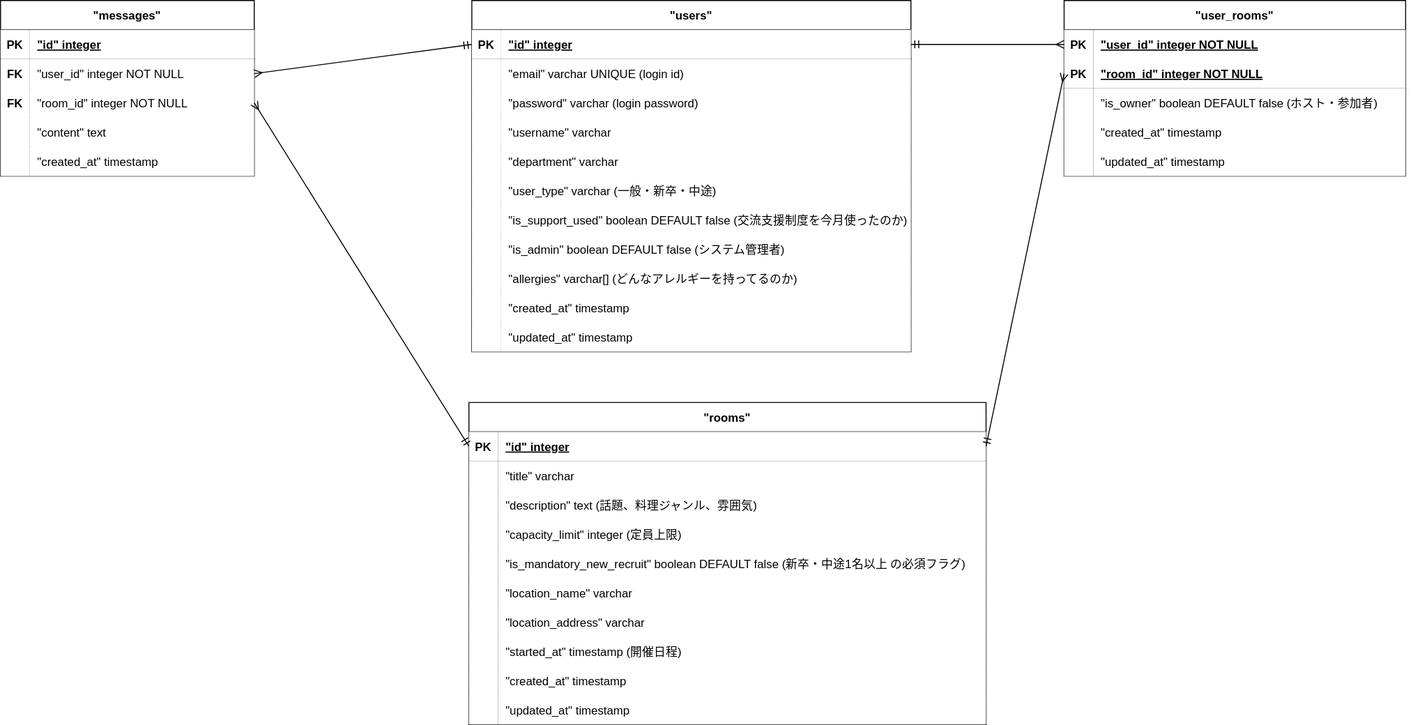
Chiaki-Sakamoto-work/Exchange-support-system keeps this draw.io diagram as architecture/er_diagram.drawio.svg. Above is the earlier version. Source tidied: cells renumbered, new cells last; positions are measured from the earlier drawing's top-left corner, leaving out a move shared by most shapes.
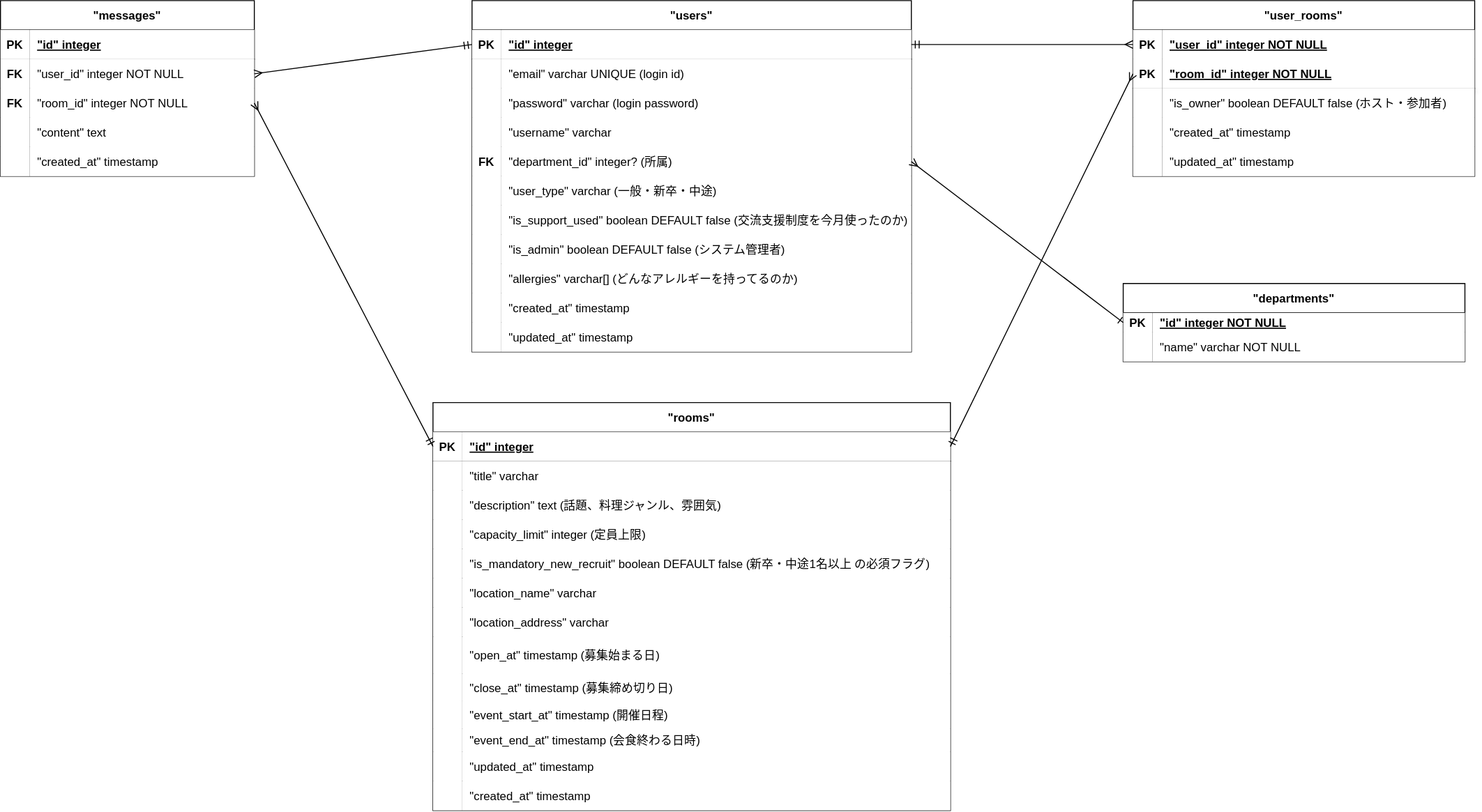
The same diagram one commit later.

Commit message:
docs: add columns(event_start_at, event_end_at, open_at, close_at) to er diagram of rooms and divide tables to users and departments

Change to the diagram source:
```diff
@@ -3,7 +3,7 @@
     <mxCell id="0" />
     <mxCell id="1" parent="0" />
     <mxCell id="2" value="&quot;rooms&quot;" style="shape=table;startSize=30;rowLines=0;fontStyle=1;align=center;" parent="1" vertex="1">
-      <mxGeometry x="480" y="412" width="530" height="330" as="geometry" />
+      <mxGeometry x="443" y="412" width="530" height="418" as="geometry" />
     </mxCell>
     <mxCell id="3" style="shape=tableRow;horizontal=0;startSize=0;swimlaneHead=0;swimlaneBody=0;fillColor=none;points=[[0,0.5],[1,0.5]];portConstraint=eastwest;strokeColor=inherit;top=0;left=0;right=0;bottom=1;" parent="2" vertex="1">
       <mxGeometry y="30" width="530" height="30" as="geometry" />
@@ -69,32 +69,59 @@
       <mxGeometry x="30" width="500" height="30" as="geometry" />
     </mxCell>
     <mxCell id="24" style="shape=tableRow;horizontal=0;startSize=0;swimlaneHead=0;swimlaneBody=0;fillColor=none;strokeColor=inherit;top=0;left=0;right=0;bottom=0;" parent="2" vertex="1">
-      <mxGeometry y="240" width="530" height="30" as="geometry" />
+      <mxGeometry y="240" width="530" height="38" as="geometry" />
     </mxCell>
     <mxCell id="25" style="shape=partialRectangle;overflow=hidden;fillColor=default;strokeColor=inherit;top=0;left=0;bottom=0;right=0;" parent="24" vertex="1">
-      <mxGeometry width="30" height="30" as="geometry" />
+      <mxGeometry width="30" height="38" as="geometry" />
     </mxCell>
-    <mxCell id="26" value="&quot;started_at&quot; timestamp (開催日程)" style="shape=partialRectangle;overflow=hidden;fillColor=default;align=left;strokeColor=inherit;top=0;left=0;bottom=0;right=0;spacingLeft=6;" parent="24" vertex="1">
-      <mxGeometry x="30" width="500" height="30" as="geometry" />
+    <mxCell id="26" value="&quot;open_at&quot; timestamp (募集始まる日)" style="shape=partialRectangle;overflow=hidden;fillColor=default;align=left;strokeColor=inherit;top=0;left=0;bottom=0;right=0;spacingLeft=6;" parent="24" vertex="1">
+      <mxGeometry x="30" width="500" height="38" as="geometry" />
     </mxCell>
     <mxCell id="27" style="shape=tableRow;horizontal=0;startSize=0;swimlaneHead=0;swimlaneBody=0;fillColor=none;strokeColor=inherit;top=0;left=0;right=0;bottom=0;" parent="2" vertex="1">
-      <mxGeometry y="270" width="530" height="30" as="geometry" />
+      <mxGeometry y="278" width="530" height="28" as="geometry" />
     </mxCell>
     <mxCell id="28" style="shape=partialRectangle;overflow=hidden;fillColor=default;strokeColor=inherit;top=0;left=0;bottom=0;right=0;" parent="27" vertex="1">
-      <mxGeometry width="30" height="30" as="geometry" />
+      <mxGeometry width="30" height="28" as="geometry" />
     </mxCell>
-    <mxCell id="29" value="&quot;created_at&quot; timestamp" style="shape=partialRectangle;overflow=hidden;fillColor=default;align=left;strokeColor=inherit;top=0;left=0;bottom=0;right=0;spacingLeft=6;" parent="27" vertex="1">
-      <mxGeometry x="30" width="500" height="30" as="geometry" />
+    <mxCell id="29" value="&quot;close_at&quot; timestamp (募集締め切り日)" style="shape=partialRectangle;overflow=hidden;fillColor=default;align=left;strokeColor=inherit;top=0;left=0;bottom=0;right=0;spacingLeft=6;" parent="27" vertex="1">
+      <mxGeometry x="30" width="500" height="28" as="geometry" />
     </mxCell>
     <mxCell id="30" style="shape=tableRow;horizontal=0;startSize=0;swimlaneHead=0;swimlaneBody=0;fillColor=none;strokeColor=inherit;top=0;left=0;right=0;bottom=0;" parent="2" vertex="1">
-      <mxGeometry y="300" width="530" height="30" as="geometry" />
+      <mxGeometry y="306" width="530" height="28" as="geometry" />
     </mxCell>
     <mxCell id="31" style="shape=partialRectangle;overflow=hidden;fillColor=default;strokeColor=inherit;top=0;left=0;bottom=0;right=0;" parent="30" vertex="1">
-      <mxGeometry width="30" height="30" as="geometry" />
+      <mxGeometry width="30" height="28" as="geometry" />
     </mxCell>
-    <mxCell id="32" value="&quot;updated_at&quot; timestamp" style="shape=partialRectangle;overflow=hidden;fillColor=default;align=left;strokeColor=inherit;top=0;left=0;bottom=0;right=0;spacingLeft=6;" parent="30" vertex="1">
-      <mxGeometry x="30" width="500" height="30" as="geometry" />
+    <mxCell id="32" value="&quot;event_start_at&quot; timestamp (開催日程)" style="shape=partialRectangle;overflow=hidden;fillColor=default;align=left;strokeColor=inherit;top=0;left=0;bottom=0;right=0;spacingLeft=6;" parent="30" vertex="1">
+      <mxGeometry x="30" width="500" height="28" as="geometry" />
     </mxCell>
+    <mxCell id="103" style="shape=tableRow;horizontal=0;startSize=0;swimlaneHead=0;swimlaneBody=0;fillColor=none;strokeColor=inherit;top=0;left=0;right=0;bottom=0;" parent="2" vertex="1">
+      <mxGeometry y="334" width="530" height="24" as="geometry" />
+    </mxCell>
+    <mxCell id="104" style="shape=partialRectangle;overflow=hidden;fillColor=default;strokeColor=inherit;top=0;left=0;bottom=0;right=0;" parent="103" vertex="1">
+      <mxGeometry width="30" height="24" as="geometry" />
+    </mxCell>
+    <mxCell id="105" value="&quot;event_end_at&quot; timestamp (会食終わる日時)" style="shape=partialRectangle;overflow=hidden;fillColor=default;align=left;strokeColor=inherit;top=0;left=0;bottom=0;right=0;spacingLeft=6;" parent="103" vertex="1">
+      <mxGeometry x="30" width="500" height="24" as="geometry" />
+    </mxCell>
+    <mxCell id="106" style="shape=tableRow;horizontal=0;startSize=0;swimlaneHead=0;swimlaneBody=0;fillColor=none;strokeColor=inherit;top=0;left=0;right=0;bottom=0;" parent="2" vertex="1">
+      <mxGeometry y="358" width="530" height="30" as="geometry" />
+    </mxCell>
+    <mxCell id="107" style="shape=partialRectangle;overflow=hidden;fillColor=default;strokeColor=inherit;top=0;left=0;bottom=0;right=0;" parent="106" vertex="1">
+      <mxGeometry width="30" height="30" as="geometry" />
+    </mxCell>
+    <mxCell id="108" value="&quot;updated_at&quot; timestamp" style="shape=partialRectangle;overflow=hidden;fillColor=default;align=left;strokeColor=inherit;top=0;left=0;bottom=0;right=0;spacingLeft=6;" parent="106" vertex="1">
+      <mxGeometry x="30" width="500" height="30" as="geometry" />
+    </mxCell>
+    <mxCell id="109" style="shape=tableRow;horizontal=0;startSize=0;swimlaneHead=0;swimlaneBody=0;fillColor=none;strokeColor=inherit;top=0;left=0;right=0;bottom=0;" parent="2" vertex="1">
+      <mxGeometry y="388" width="530" height="30" as="geometry" />
+    </mxCell>
+    <mxCell id="110" style="shape=partialRectangle;overflow=hidden;fillColor=default;strokeColor=inherit;top=0;left=0;bottom=0;right=0;" parent="109" vertex="1">
+      <mxGeometry width="30" height="30" as="geometry" />
+    </mxCell>
+    <mxCell id="111" value="&quot;created_at&quot; timestamp" style="shape=partialRectangle;overflow=hidden;fillColor=default;align=left;strokeColor=inherit;top=0;left=0;bottom=0;right=0;spacingLeft=6;" parent="109" vertex="1">
+      <mxGeometry x="30" width="500" height="30" as="geometry" />
+    </mxCell>
     <mxCell id="33" value="&quot;users&quot;" style="shape=table;startSize=30;rowLines=0;fontStyle=1;align=center;" parent="1" vertex="1">
       <mxGeometry x="483" width="450" height="360" as="geometry" />
     </mxCell>
@@ -137,10 +164,10 @@
     <mxCell id="46" style="shape=tableRow;horizontal=0;startSize=0;swimlaneHead=0;swimlaneBody=0;fillColor=none;points=[[0,0.5],[1,0.5]];portConstraint=eastwest;strokeColor=inherit;top=0;left=0;right=0;bottom=0;" parent="33" vertex="1">
       <mxGeometry y="150" width="450" height="30" as="geometry" />
     </mxCell>
-    <mxCell id="47" style="shape=partialRectangle;overflow=hidden;fillColor=default;strokeColor=inherit;top=0;left=0;bottom=0;right=0;" parent="46" vertex="1">
+    <mxCell id="47" value="FK" style="shape=partialRectangle;overflow=hidden;fillColor=default;strokeColor=inherit;top=0;left=0;bottom=0;right=0;fontStyle=1;" parent="46" vertex="1">
       <mxGeometry width="30" height="30" as="geometry" />
     </mxCell>
-    <mxCell id="48" value="&quot;department&quot; varchar" style="shape=partialRectangle;overflow=hidden;fillColor=default;align=left;strokeColor=inherit;top=0;left=0;bottom=0;right=0;spacingLeft=6;" parent="46" vertex="1">
+    <mxCell id="48" value="&quot;department_id&quot; integer? (所属)" style="shape=partialRectangle;overflow=hidden;fillColor=default;align=left;strokeColor=inherit;top=0;left=0;bottom=0;right=0;spacingLeft=6;" parent="46" vertex="1">
       <mxGeometry x="30" width="420" height="30" as="geometry" />
     </mxCell>
     <mxCell id="49" style="shape=tableRow;horizontal=0;startSize=0;swimlaneHead=0;swimlaneBody=0;fillColor=none;strokeColor=inherit;top=0;left=0;right=0;bottom=0;" parent="33" vertex="1">
@@ -198,7 +225,7 @@
       <mxGeometry x="30" width="420" height="30" as="geometry" />
     </mxCell>
     <mxCell id="67" value="&quot;user_rooms&quot;" style="shape=table;startSize=30;rowLines=0;fontStyle=1;align=center;" parent="1" vertex="1">
-      <mxGeometry x="1090" width="350" height="180" as="geometry" />
+      <mxGeometry x="1160" width="350" height="180" as="geometry" />
     </mxCell>
     <mxCell id="68" style="shape=tableRow;horizontal=0;startSize=0;swimlaneHead=0;swimlaneBody=0;fillColor=none;points=[[0,0.5],[1,0.5]];portConstraint=eastwest;strokeColor=inherit;top=0;left=0;right=0;bottom=0;" parent="67" vertex="1">
       <mxGeometry y="30" width="350" height="30" as="geometry" />
@@ -305,5 +332,29 @@
     <mxCell id="102" style="edgeStyle=none;html=1;entryX=1;entryY=0.5;entryDx=0;entryDy=0;exitX=0;exitY=0.5;exitDx=0;exitDy=0;startArrow=ERmandOne;startFill=0;endArrow=ERmany;endFill=0;" parent="1" edge="1" source="3" target="90">
       <mxGeometry relative="1" as="geometry" />
     </mxCell>
+    <mxCell id="112" value="&quot;departments&quot;" style="shape=table;startSize=30;rowLines=0;fontStyle=1;align=center;" parent="1" vertex="1">
+      <mxGeometry x="1150" y="290" width="350" height="80" as="geometry" />
+    </mxCell>
+    <mxCell id="113" style="shape=tableRow;horizontal=0;startSize=0;swimlaneHead=0;swimlaneBody=0;fillColor=none;points=[[0,0.5],[1,0.5]];portConstraint=eastwest;strokeColor=inherit;top=0;left=0;right=0;bottom=0;" parent="112" vertex="1">
+      <mxGeometry y="30" width="350" height="20" as="geometry" />
+    </mxCell>
+    <mxCell id="114" value="PK" style="shape=partialRectangle;overflow=hidden;fillColor=default;strokeColor=inherit;top=0;left=0;bottom=0;right=0;fontStyle=1;" parent="113" vertex="1">
+      <mxGeometry width="30" height="20" as="geometry" />
+    </mxCell>
+    <mxCell id="115" value="&quot;id&quot; integer NOT NULL" style="shape=partialRectangle;overflow=hidden;fillColor=default;align=left;strokeColor=inherit;top=0;left=0;bottom=0;right=0;spacingLeft=6;fontStyle=5;" parent="113" vertex="1">
+      <mxGeometry x="30" width="320" height="20" as="geometry" />
+    </mxCell>
+    <mxCell id="116" style="shape=tableRow;horizontal=0;startSize=0;swimlaneHead=0;swimlaneBody=0;fillColor=none;strokeColor=inherit;top=0;left=0;right=0;bottom=0;" parent="112" vertex="1">
+      <mxGeometry y="50" width="350" height="30" as="geometry" />
+    </mxCell>
+    <mxCell id="117" style="shape=partialRectangle;overflow=hidden;fillColor=default;strokeColor=inherit;top=0;left=0;bottom=0;right=0;" parent="116" vertex="1">
+      <mxGeometry width="30" height="30" as="geometry" />
+    </mxCell>
+    <mxCell id="118" value="&quot;name&quot; varchar NOT NULL" style="shape=partialRectangle;overflow=hidden;fillColor=default;align=left;strokeColor=inherit;top=0;left=0;bottom=0;right=0;spacingLeft=6;" parent="116" vertex="1">
+      <mxGeometry x="30" width="320" height="30" as="geometry" />
+    </mxCell>
+    <mxCell id="119" style="edgeStyle=none;html=1;entryX=1;entryY=0.5;entryDx=0;entryDy=0;exitX=0;exitY=0.5;exitDx=0;exitDy=0;startArrow=ERone;startFill=0;endArrow=ERmany;endFill=0;" parent="1" edge="1" source="113" target="46">
+      <mxGeometry relative="1" as="geometry" />
+    </mxCell>
   </root>
 </mxGraphModel>
```
